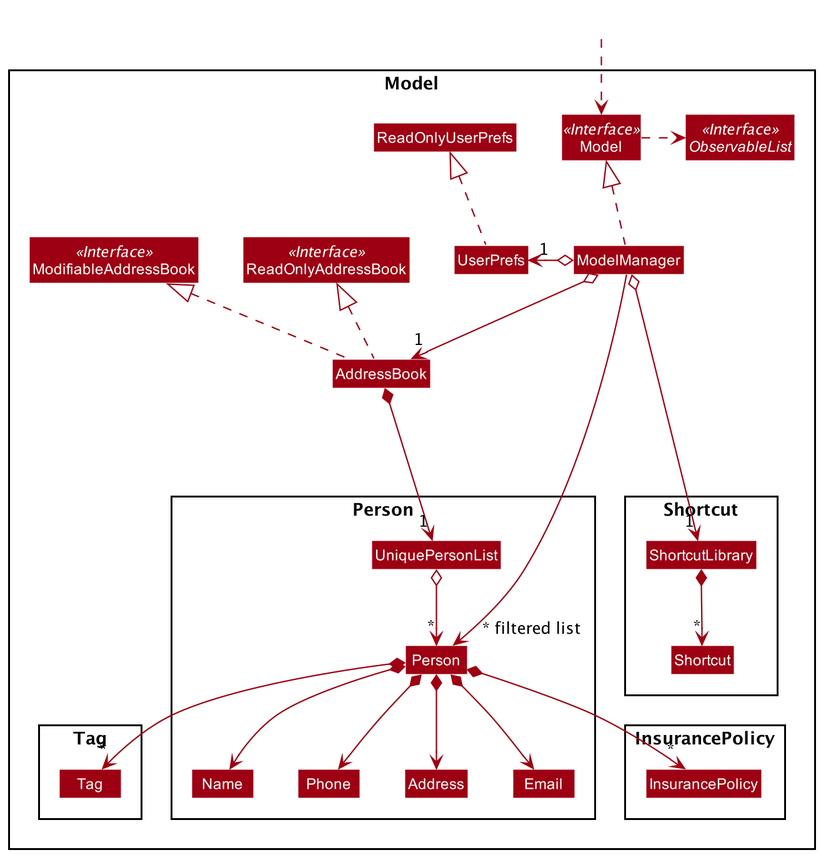
Before: docs/images/ModelClassDiagram.png, a diagram exported from PlantUML (nus-cs2103-AY2021S2/tp). Source of this version:
```plantuml
@startuml
!include style.puml
skinparam arrowThickness 1.1
skinparam arrowColor MODEL_COLOR
skinparam classBackgroundColor MODEL_COLOR

Package Model <<Rectangle>>{
Interface ModifiableAddressBook <<Interface>>
Interface ReadOnlyAddressBook <<Interface>>
Interface Model <<Interface>>
Interface ObservableList <<Interface>>
Class AddressBook
Class ModifiableAddressBook
Class ReadOnlyAddressBook
Class Model
Class ModelManager
Class UserPrefs
Class ReadOnlyUserPrefs

Package Person {
Class Person
Class Address
Class Email
Class Name
Class Phone
Class UniquePersonList
}

Package Tag {
Class Tag
}

Package InsurancePolicy {
Class InsurancePolicy
}

Package Shortcut {
Class Shortcut
Class ShortcutLibrary
}
}

Class HiddenOutside #FFFFFF
HiddenOutside ..> Model

AddressBook .up.|> ModifiableAddressBook
AddressBook .up.|> ReadOnlyAddressBook

ModelManager .up.|> Model
Model .right.> ObservableList
ModelManager o--> "1" AddressBook
ModelManager o-left-> "1" UserPrefs
ModelManager o-right-> "1" ShortcutLibrary
UserPrefs .up.|> ReadOnlyUserPrefs

AddressBook *--> "1" UniquePersonList
UniquePersonList o--> "*" Person
Person *--> Name
Person *--> Phone
Person *--> Email
Person *--> Address
Person *--> "*" Tag
Person *--> "*" InsurancePolicy

ShortcutLibrary *--> "*" Shortcut

Name -[hidden]right-> Phone
Phone -[hidden]right-> Address
Address -[hidden]right-> Email
UniquePersonList -[hidden]right-> ShortcutLibrary
Shortcut -[hidden]down-> InsurancePolicy

ModelManager ----->" ~* filtered list" Person
@enduml
```
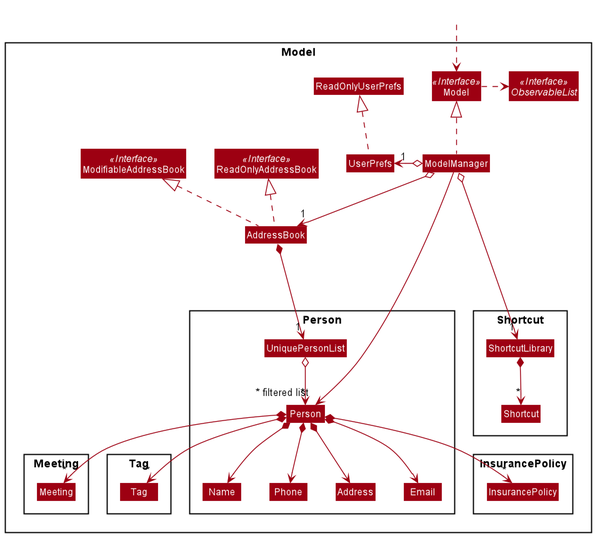
After the commit.

What changed in the source:
```diff
@@ -34,6 +34,10 @@
 Class InsurancePolicy
 }
 
+Package Meeting {
+Class Meeting
+}
+
 Package Shortcut {
 Class Shortcut
 Class ShortcutLibrary
@@ -61,12 +65,14 @@
 Person *--> Address
 Person *--> "*" Tag
 Person *--> "*" InsurancePolicy
+Person *--> "*" Meeting
 
 ShortcutLibrary *--> "*" Shortcut
 
 Name -[hidden]right-> Phone
 Phone -[hidden]right-> Address
 Address -[hidden]right-> Email
+Meeting -[hidden]right-> Tag
 UniquePersonList -[hidden]right-> ShortcutLibrary
 Shortcut -[hidden]down-> InsurancePolicy
 
```
